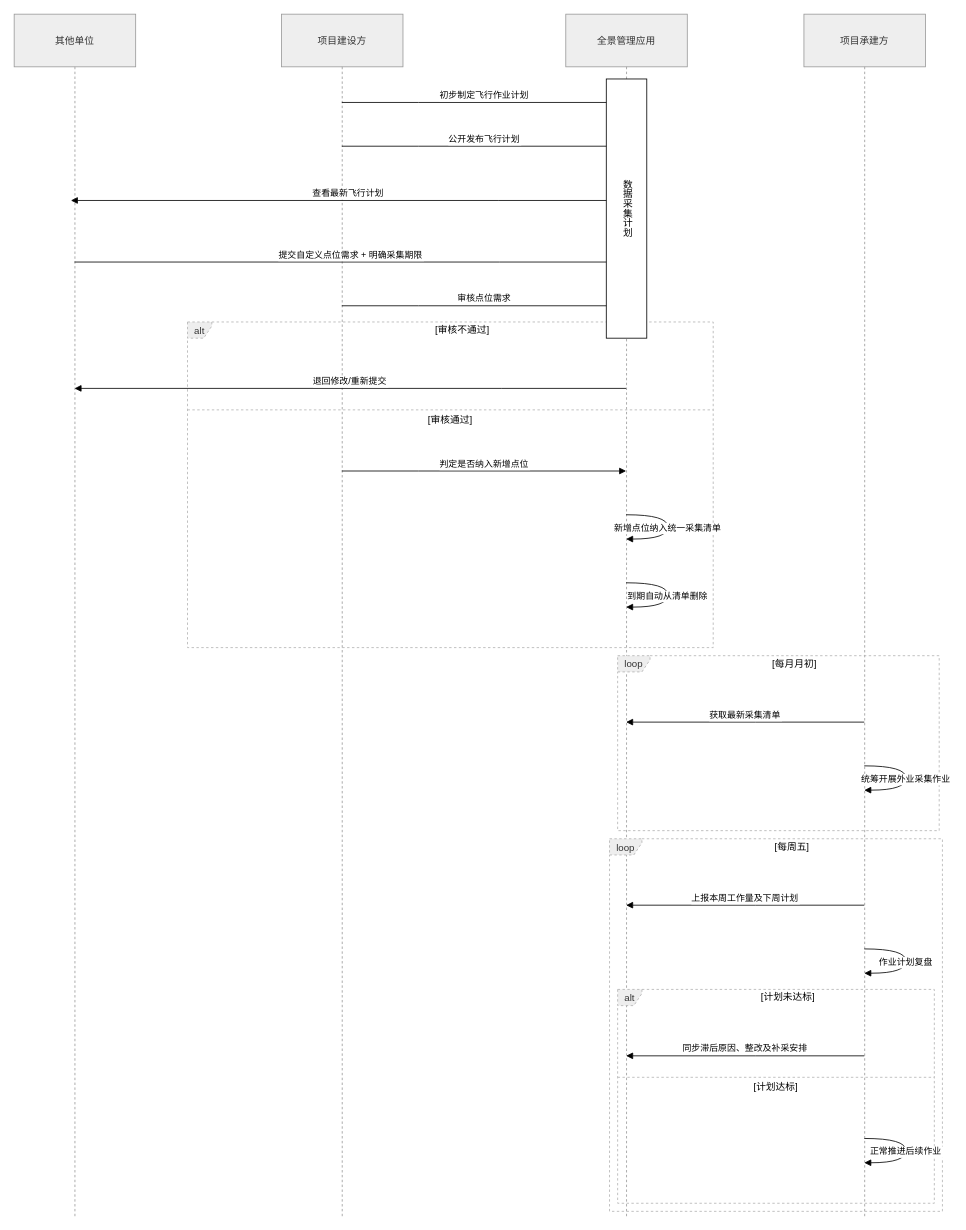
Earlier version of the draw.io diagram 未命名绘图.drawio (dmzwzss/new-pac). Source tidied: cells renumbered, new cells numbered last; positions are measured from the earlier drawing's top-left corner, leaving out a move shared by most shapes. Both pictures are drawn from the tidied source at 81%, with x=0, y=0 at pixel (14, 14).
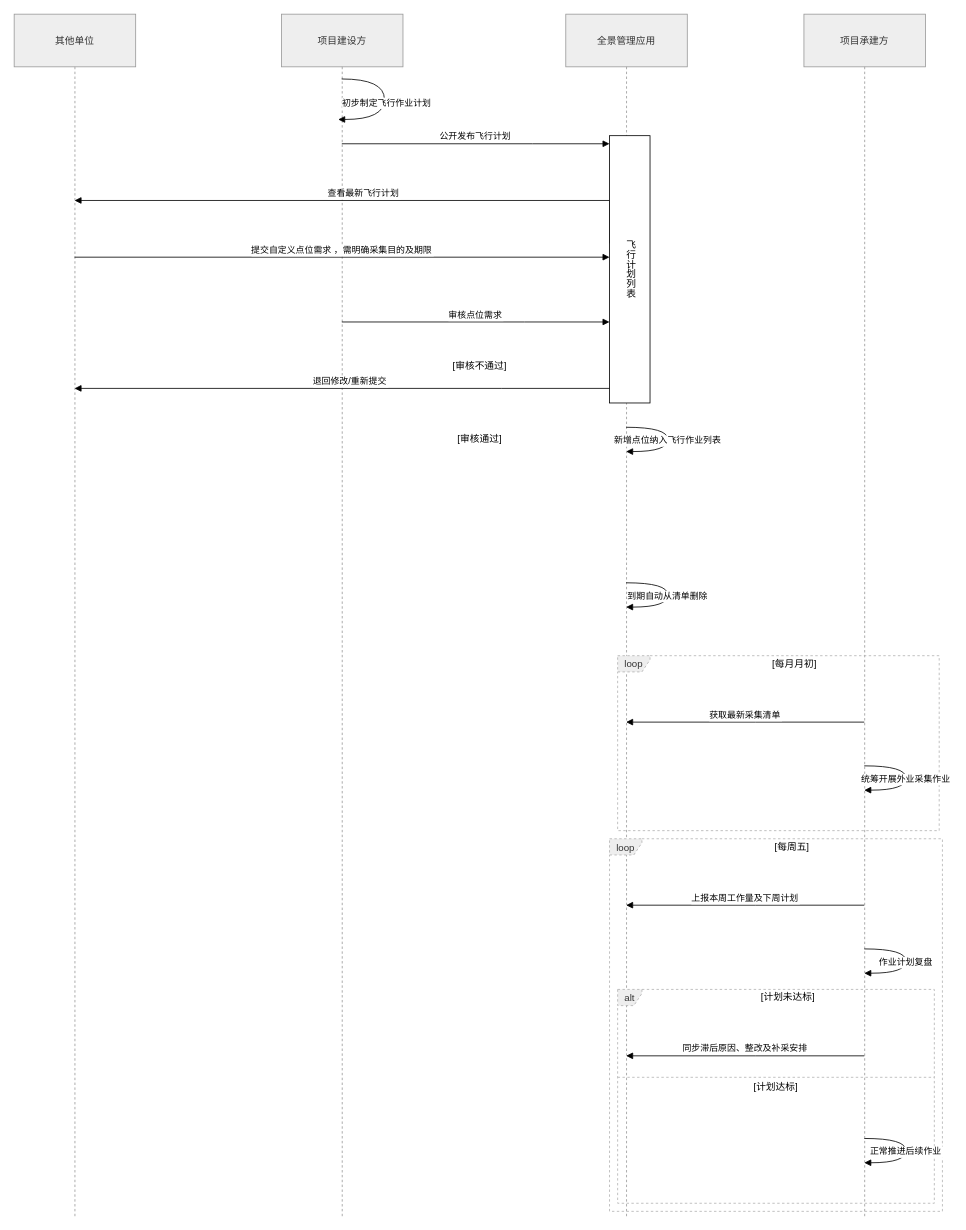
Above is the later version.

Commit message (it also covers changes not shown here):
更新未命名绘图.drawio

The change refers to these unchanged cells:
```xml
<mxCell id="2" value="项目建设方" style="shape=umlLifeline;perimeter=lifelinePerimeter;whiteSpace=wrap;outlineConnect=0;portConstraint=eastwest;newEdgeStyle={&quot;edgeStyle&quot;:&quot;elbowEdgeStyle&quot;,&quot;elbow&quot;:&quot;vertical&quot;,&quot;curved&quot;:0,&quot;rounded&quot;:0};size=65;fillColor=light-dark(#eeeeee,#1f2020);strokeColor=light-dark(#999999,#cccccc);fontColor=light-dark(#333333,#cccccc);" parent="1" vertex="1">
  <mxGeometry x="330" width="150" height="1484" as="geometry" />
</mxCell>
<mxCell id="3" value="其他单位" style="shape=umlLifeline;perimeter=lifelinePerimeter;whiteSpace=wrap;outlineConnect=0;portConstraint=eastwest;newEdgeStyle={&quot;edgeStyle&quot;:&quot;elbowEdgeStyle&quot;,&quot;elbow&quot;:&quot;vertical&quot;,&quot;curved&quot;:0,&quot;rounded&quot;:0};size=65;fillColor=light-dark(#eeeeee,#1f2020);strokeColor=light-dark(#999999,#cccccc);fontColor=light-dark(#333333,#cccccc);" parent="1" vertex="1">
  <mxGeometry width="150" height="1484" as="geometry" />
</mxCell>
<mxCell id="4" value="全景管理应用" style="shape=umlLifeline;perimeter=lifelinePerimeter;whiteSpace=wrap;outlineConnect=0;portConstraint=eastwest;newEdgeStyle={&quot;edgeStyle&quot;:&quot;elbowEdgeStyle&quot;,&quot;elbow&quot;:&quot;vertical&quot;,&quot;curved&quot;:0,&quot;rounded&quot;:0};size=65;fillColor=light-dark(#eeeeee,#1f2020);strokeColor=light-dark(#999999,#cccccc);fontColor=light-dark(#333333,#cccccc);" parent="1" vertex="1">
  <mxGeometry x="681" width="150" height="1484" as="geometry" />
</mxCell>
```

Diff of the diagram source:
```diff
@@
-    <mxCell id="6" value="alt" style="shape=umlFrame;dashed=1;strokeColor=#B3B3B3;height=20;width=30;fillColor=light-dark(#eeeeee,#1f2020);fontColor=light-dark(#333333,#cccccc);" parent="1" vertex="1">
-      <mxGeometry x="214" y="380" width="649" height="402" as="geometry" />
-    </mxCell>
-    <mxCell id="7" value="[审核不通过]" style="text;strokeColor=none;fillColor=none;align=center;verticalAlign=middle;whiteSpace=wrap;" parent="6" vertex="1">
-      <mxGeometry x="30" width="619" height="20" as="geometry" />
-    </mxCell>
-    <mxCell id="8" value="[审核通过]" style="shape=line;dashed=1;whiteSpace=wrap;verticalAlign=top;labelPosition=center;verticalLabelPosition=middle;align=center;strokeColor=#B3B3B3;" parent="6" vertex="1">
-      <mxGeometry y="107" width="649" height="3" as="geometry" />
-    </mxCell>
@@
-    <mxCell id="16" value="初步制定飞行作业计划" style="verticalAlign=bottom;edgeStyle=elbowEdgeStyle;elbow=vertical;curved=0;rounded=0;endArrow=block;" parent="1" edge="1" source="2" target="4">
-      <mxGeometry relative="1" as="geometry">
-        <Array as="points">
-          <mxPoint x="499" y="109" />
-        </Array>
-      </mxGeometry>
-    </mxCell>
-    <mxCell id="17" value="公开发布飞行计划" style="verticalAlign=bottom;edgeStyle=elbowEdgeStyle;elbow=vertical;curved=0;rounded=0;endArrow=block;" parent="1" edge="1" source="2" target="4">
+    <mxCell id="17" value="公开发布飞行计划" style="verticalAlign=bottom;edgeStyle=elbowEdgeStyle;elbow=vertical;curved=0;rounded=0;endArrow=block;" parent="1" edge="1" source="2" target="31">
       <mxGeometry relative="1" as="geometry">
         <Array as="points">
-          <mxPoint x="499" y="163" />
+          <mxPoint x="640" y="160" />
         </Array>
       </mxGeometry>
     </mxCell>
-    <mxCell id="18" value="提交自定义点位需求 + 明确采集期限" style="verticalAlign=bottom;edgeStyle=elbowEdgeStyle;elbow=vertical;curved=0;rounded=0;endArrow=block;" parent="1" edge="1">
-      <mxGeometry relative="1" as="geometry">
-        <mxPoint x="74.5" y="306" as="sourcePoint" />
-        <mxPoint x="755.5" y="306" as="targetPoint" />
-        <Array as="points">
-          <mxPoint x="599" y="306" />
-        </Array>
-      </mxGeometry>
-    </mxCell>
-    <mxCell id="19" value="审核点位需求" style="verticalAlign=bottom;edgeStyle=elbowEdgeStyle;elbow=vertical;curved=0;rounded=0;endArrow=block;" parent="1" edge="1">
+    <mxCell id="19" value="审核点位需求" style="verticalAlign=bottom;edgeStyle=elbowEdgeStyle;elbow=vertical;curved=0;rounded=0;endArrow=block;" parent="1" edge="1" source="2" target="31">
       <mxGeometry relative="1" as="geometry">
-        <mxPoint x="404.5" y="360" as="sourcePoint" />
-        <mxPoint x="755.5" y="360" as="targetPoint" />
         <Array as="points">
-          <mxPoint x="499" y="360" />
+          <mxPoint x="630" y="380" />
+          <mxPoint x="770" y="360" />
+          <mxPoint x="325.6" y="360" />
         </Array>
       </mxGeometry>
     </mxCell>
@@
-    <mxCell id="21" value="判定是否纳入新增点位" style="verticalAlign=bottom;edgeStyle=elbowEdgeStyle;elbow=vertical;curved=0;rounded=0;endArrow=block;" parent="1" edge="1">
-      <mxGeometry relative="1" as="geometry">
-        <mxPoint x="404.5" y="564" as="sourcePoint" />
-        <mxPoint x="755.5" y="564" as="targetPoint" />
-        <Array as="points">
-          <mxPoint x="499" y="564" />
-        </Array>
-      </mxGeometry>
-    </mxCell>
-    <mxCell id="22" value="新增点位纳入统一采集清单" style="curved=1;endArrow=block;rounded=0;" parent="1" edge="1">
-      <mxGeometry relative="1" as="geometry">
-        <mxPoint x="755.5" y="618" as="sourcePoint" />
-        <mxPoint x="755.5" y="648" as="targetPoint" />
+    <mxCell id="22" value="新增点位纳入飞行作业列表" style="curved=1;endArrow=block;rounded=0;" parent="1" edge="1">
+      <mxGeometry x="0.01" relative="1" as="geometry">
+        <mxPoint x="755.5" y="510" as="sourcePoint" />
+        <mxPoint x="755.5" y="540" as="targetPoint" />
         <Array as="points">
-          <mxPoint x="807" y="618" />
-          <mxPoint x="807" y="648" />
+          <mxPoint x="807" y="510" />
+          <mxPoint x="807" y="540" />
         </Array>
       </mxGeometry>
     </mxCell>
@@
-    <mxCell id="30" value="查看最新飞行计划" style="verticalAlign=bottom;edgeStyle=elbowEdgeStyle;elbow=vertical;curved=0;rounded=0;endArrow=block;" parent="1" edge="1" source="4">
+    <mxCell id="30" value="查看最新飞行计划" style="verticalAlign=bottom;edgeStyle=elbowEdgeStyle;elbow=vertical;curved=0;rounded=0;endArrow=block;exitX=0.008;exitY=0.403;exitDx=0;exitDy=0;exitPerimeter=0;" parent="1" edge="1" source="31" target="3">
       <mxGeometry relative="1" as="geometry">
-        <mxPoint x="70" y="230" as="targetPoint" />
         <Array as="points">
           <mxPoint x="597.5" y="230" />
         </Array>
       </mxGeometry>
     </mxCell>
+    <mxCell id="16" value="初步制定飞行作业计划" style="curved=1;endArrow=block;rounded=0;" parent="1" edge="1">
+      <mxGeometry x="0.03" y="3" relative="1" as="geometry">
+        <mxPoint x="404.3" y="80" as="sourcePoint" />
+        <mxPoint x="400" y="130" as="targetPoint" />
+        <Array as="points">
+          <mxPoint x="457" y="80" />
+          <mxPoint x="457.2" y="130" />
+        </Array>
+      </mxGeometry>
+    </mxCell>
+    <mxCell id="32" value="提交自定义点位需求 ，需明确采集目的及期限" style="verticalAlign=bottom;edgeStyle=elbowEdgeStyle;elbow=vertical;curved=0;rounded=0;endArrow=block;" parent="1" edge="1" source="3" target="31">
+      <mxGeometry relative="1" as="geometry">
+        <Array as="points">
+          <mxPoint x="383.8" y="300" />
+        </Array>
+      </mxGeometry>
+    </mxCell>
-    <mxCell id="31" value="数据采集计划" style="rounded=0;whiteSpace=wrap;html=1;horizontal=1;textDirection=vertical-lr;" parent="1" vertex="1">
-      <mxGeometry x="731" y="80" width="50" height="320" as="geometry" />
+    <mxCell id="31" value="飞行计划列表" style="rounded=0;whiteSpace=wrap;html=1;horizontal=1;textDirection=vertical-lr;" parent="1" vertex="1">
+      <mxGeometry x="735" y="150" width="50" height="330" as="geometry" />
     </mxCell>
+    <mxCell id="7" value="[审核不通过]" style="text;html=1;whiteSpace=wrap;strokeColor=none;fillColor=none;align=center;verticalAlign=middle;rounded=0;" parent="1" vertex="1">
+      <mxGeometry x="530" y="420" width="90" height="30" as="geometry" />
+    </mxCell>
+    <mxCell id="8" value="[审核通过]" style="text;html=1;whiteSpace=wrap;strokeColor=none;fillColor=none;align=center;verticalAlign=middle;rounded=0;" parent="1" vertex="1">
+      <mxGeometry x="530" y="510" width="90" height="30" as="geometry" />
+    </mxCell>
```
